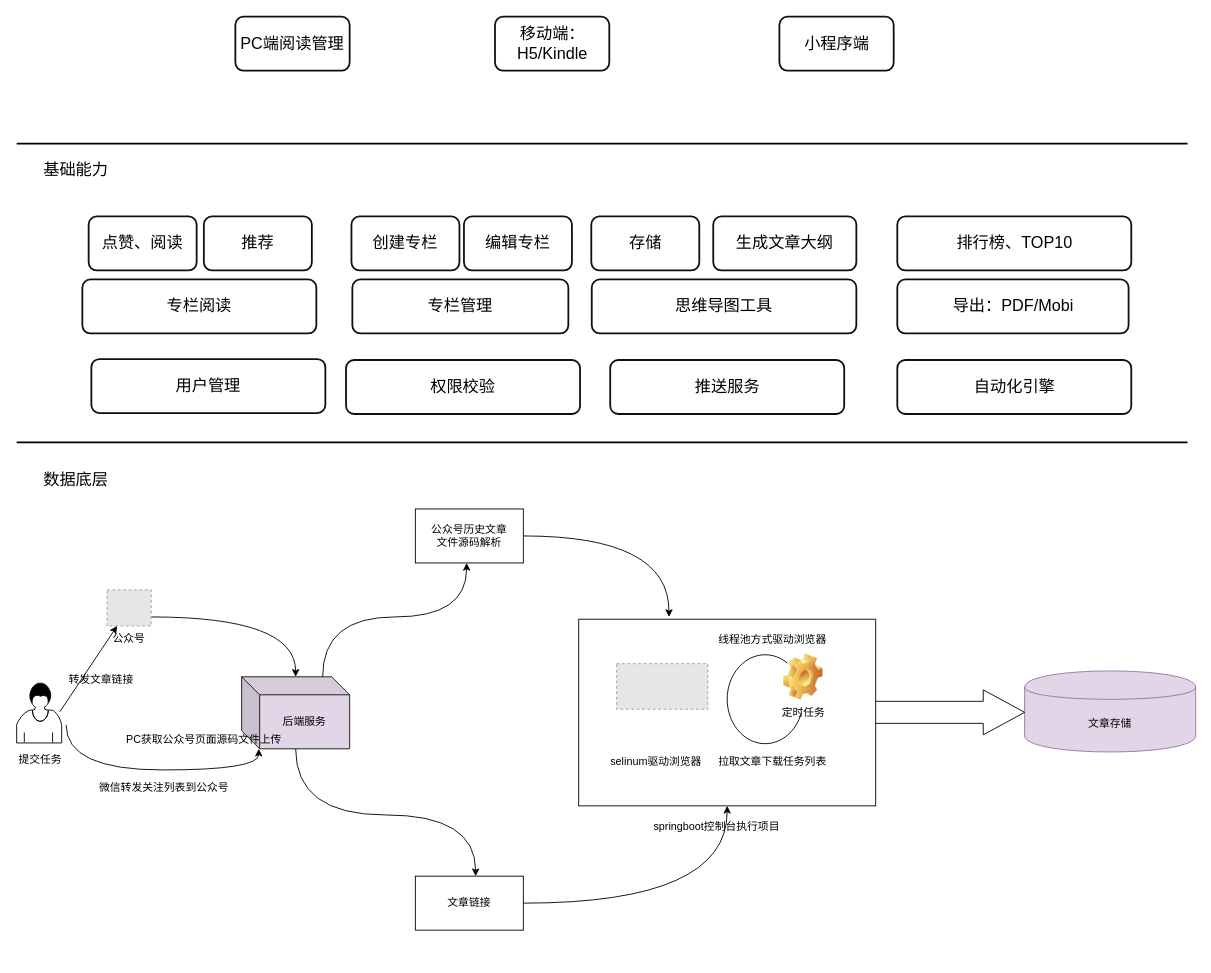
Before: page.drawio in throughs/wx_flow, a draw.io diagram. Source tidied: cells renumbered, new cells numbered last; positions are measured from the earlier drawing's top-left corner, leaving out a move shared by most shapes. Both pictures are drawn from the tidied source at 90%, with x=0, y=0 at pixel (16, 16). Pictures stored in the file or linked from it are replaced by grey dashed boxes.
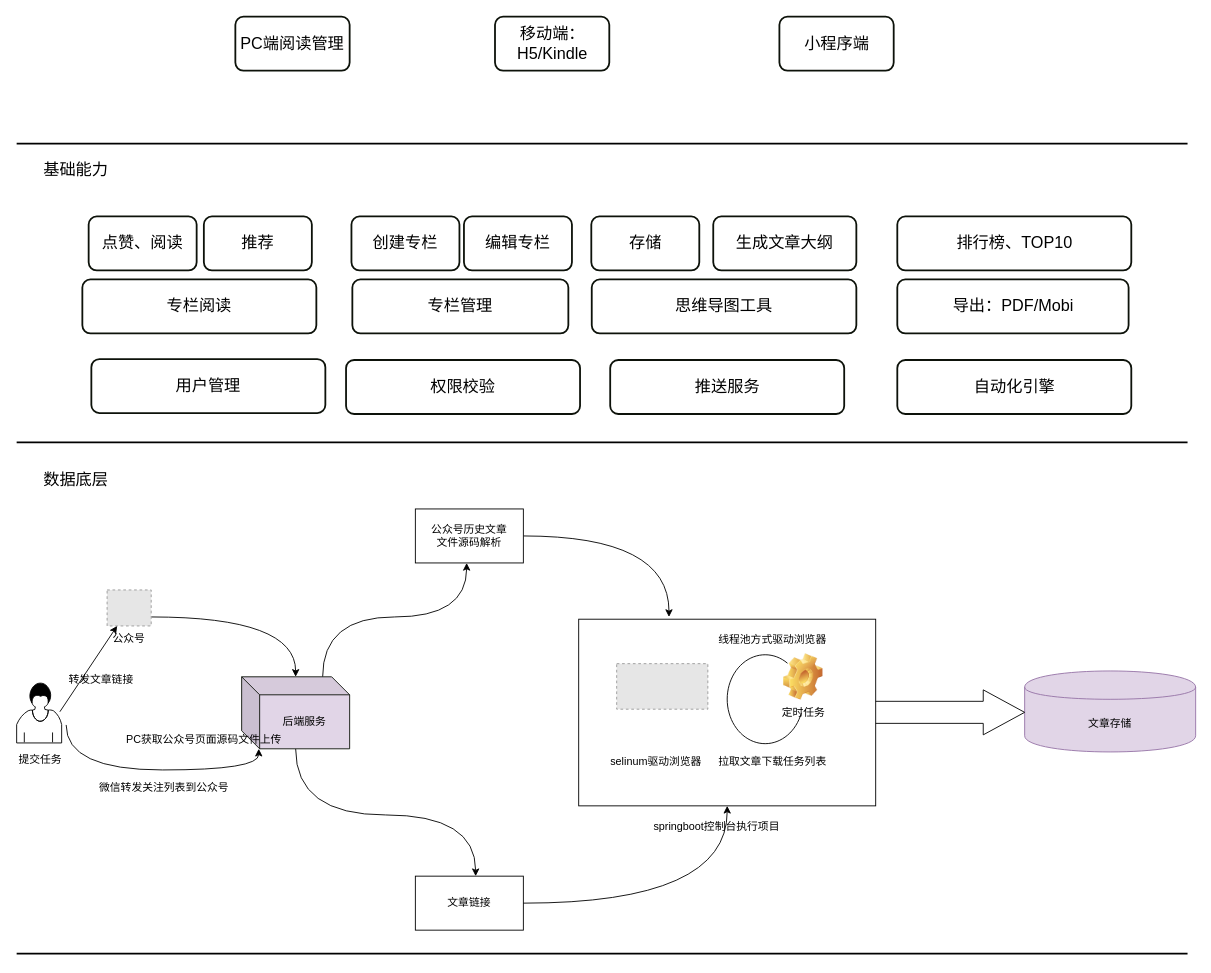
The same diagram, later.

Diff of the diagram source:
```diff
@@
+    <mxCell id="52" style="line;strokeWidth=2;fillColor=none;align=left;verticalAlign=middle;spacingTop=-1;spacingLeft=3;spacingRight=3;labelPosition=right;" parent="1" vertex="1">
+      <mxGeometry y="1037" width="1301" height="8" as="geometry" />
+    </mxCell>
```
